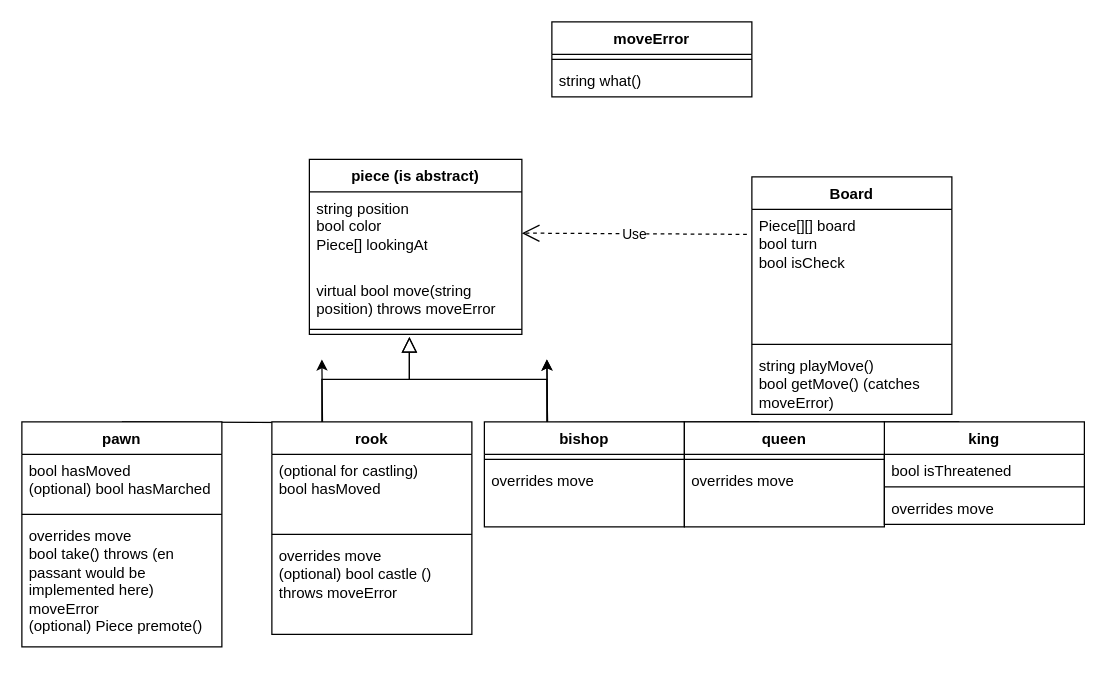
Above: chessProjDiagram.drawio in silbermangur/chessProject_itay_yaho (draw.io), before the change. Source tidied: cells renumbered, new cells numbered last; positions are measured from the earlier drawing's top-left corner, leaving out a move shared by most shapes. Both pictures are drawn from the tidied source at 125%, with x=0, y=0 at pixel (21, 21).
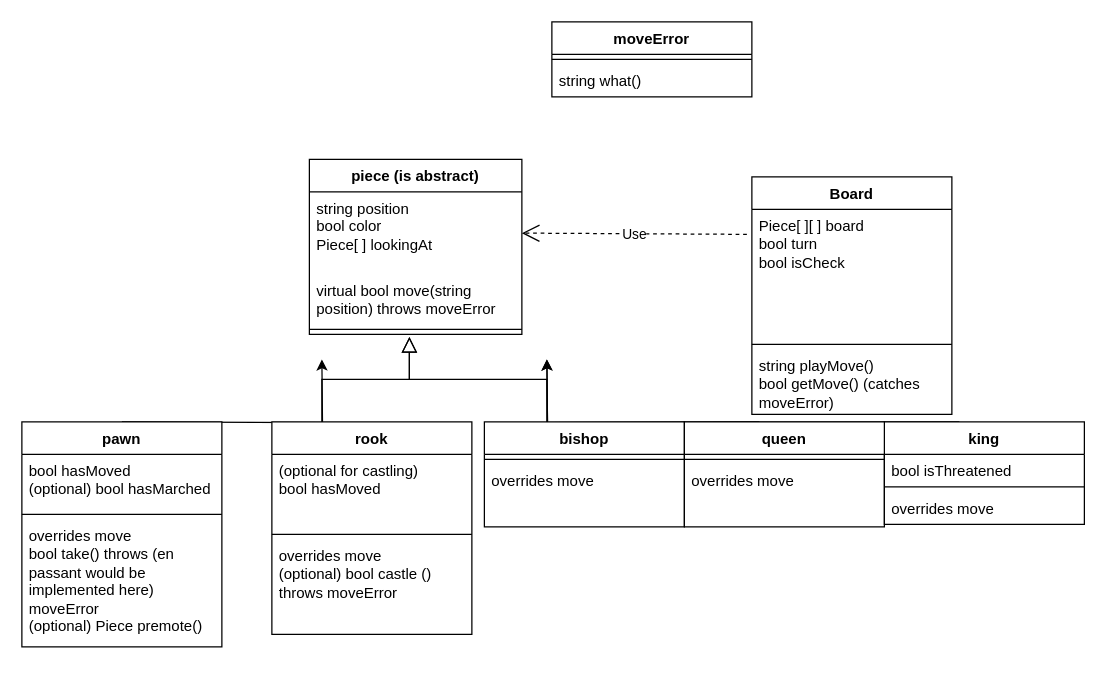
Above is the later version.

Unchanged cells that the change refers to:
```xml
<mxCell id="22" value="piece (is abstract)" style="swimlane;fontStyle=1;align=center;verticalAlign=top;horizontal=1;startSize=26;whiteSpace=wrap;html=1;" parent="1" vertex="1">
  <mxGeometry x="230" y="110" width="170" height="140" as="geometry" />
</mxCell>
<mxCell id="33" value="Board" style="swimlane;fontStyle=1;align=center;verticalAlign=top;horizontal=1;startSize=26;whiteSpace=wrap;html=1;" parent="1" vertex="1">
  <mxGeometry x="584" y="124" width="160" height="190" as="geometry" />
</mxCell>
```

Diff of the diagram source:
```diff
@@
-    <mxCell id="23" value="string position&lt;div&gt;bool color&lt;/div&gt;&lt;div&gt;Piece[] lookingAt&lt;/div&gt;" style="text;strokeColor=none;fillColor=none;align=left;verticalAlign=top;spacingLeft=4;spacingRight=4;overflow=hidden;points=[[0,0.5],[1,0.5]];portConstraint=eastwest;whiteSpace=wrap;html=1;" parent="22" vertex="1">
+    <mxCell id="23" value="string position&lt;div&gt;bool color&lt;/div&gt;&lt;div&gt;Piece[ ] lookingAt&lt;/div&gt;" style="text;strokeColor=none;fillColor=none;align=left;verticalAlign=top;spacingLeft=4;spacingRight=4;overflow=hidden;points=[[0,0.5],[1,0.5]];portConstraint=eastwest;whiteSpace=wrap;html=1;" parent="22" vertex="1">
       <mxGeometry y="26" width="170" height="66" as="geometry" />
     </mxCell>
@@
-    <mxCell id="34" value="Piece[][] board&lt;div&gt;bool turn&lt;/div&gt;&lt;div&gt;bool isCheck&lt;/div&gt;" style="text;strokeColor=none;fillColor=none;align=left;verticalAlign=top;spacingLeft=4;spacingRight=4;overflow=hidden;whiteSpace=wrap;html=1;" parent="33" vertex="1">
+    <mxCell id="34" value="Piece[ ][ ] board&lt;div&gt;bool turn&lt;/div&gt;&lt;div&gt;bool isCheck&lt;/div&gt;" style="text;strokeColor=none;fillColor=none;align=left;verticalAlign=top;spacingLeft=4;spacingRight=4;overflow=hidden;whiteSpace=wrap;html=1;" parent="33" vertex="1">
       <mxGeometry y="26" width="160" height="104" as="geometry" />
     </mxCell>
```
